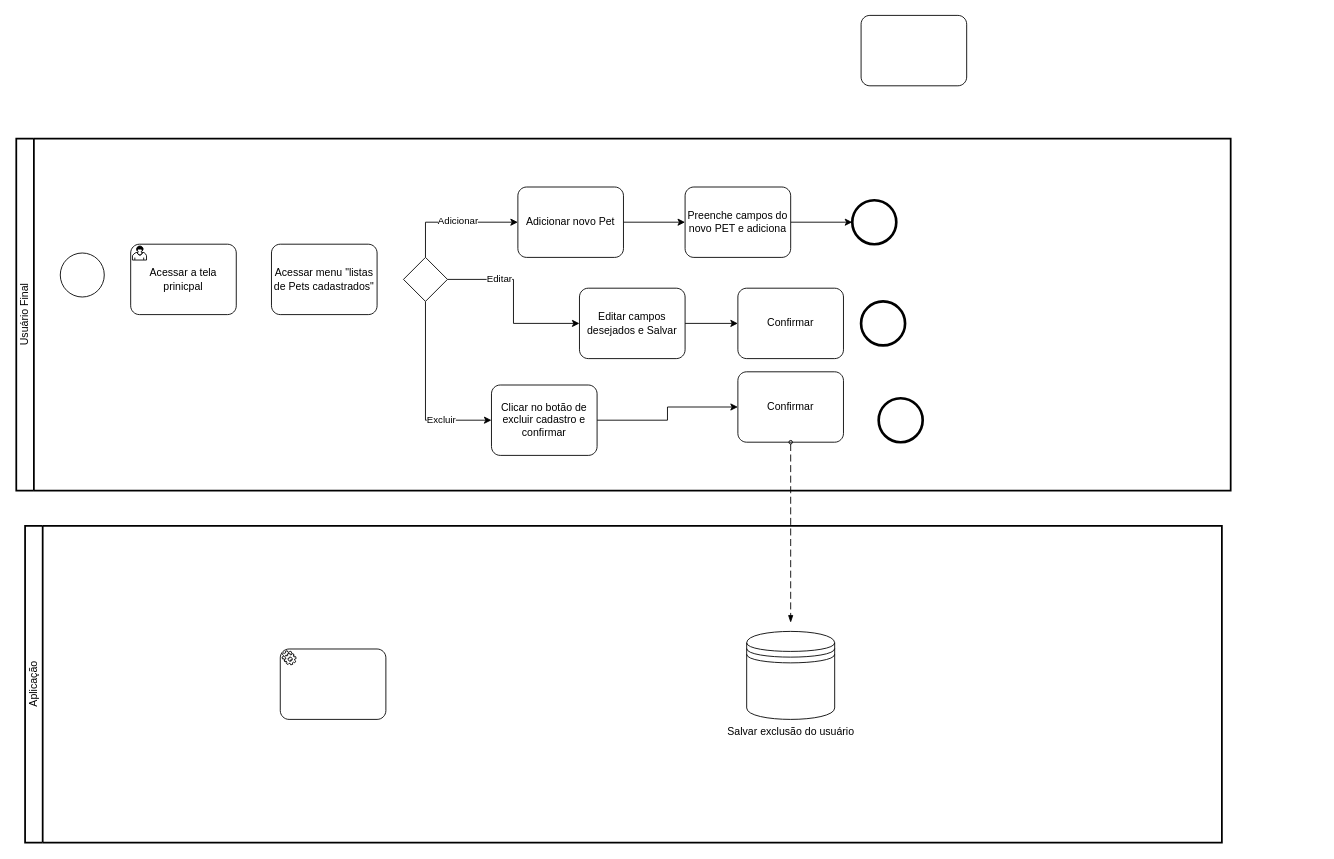
Before: page "Processo de cadastrar novo/ editar ou excluir PET" (3 of 8) of Untitled Diagram.drawio in ICEI-PUC-Minas-PMV-ADS/Pet-s-Car, a draw.io diagram. Source tidied: cells renumbered, new cells numbered last; positions are measured from the earlier drawing's top-left corner, leaving out a move shared by most shapes. Both pictures are drawn from the tidied source at 88%, with x=0, y=0 at pixel (16, 15).
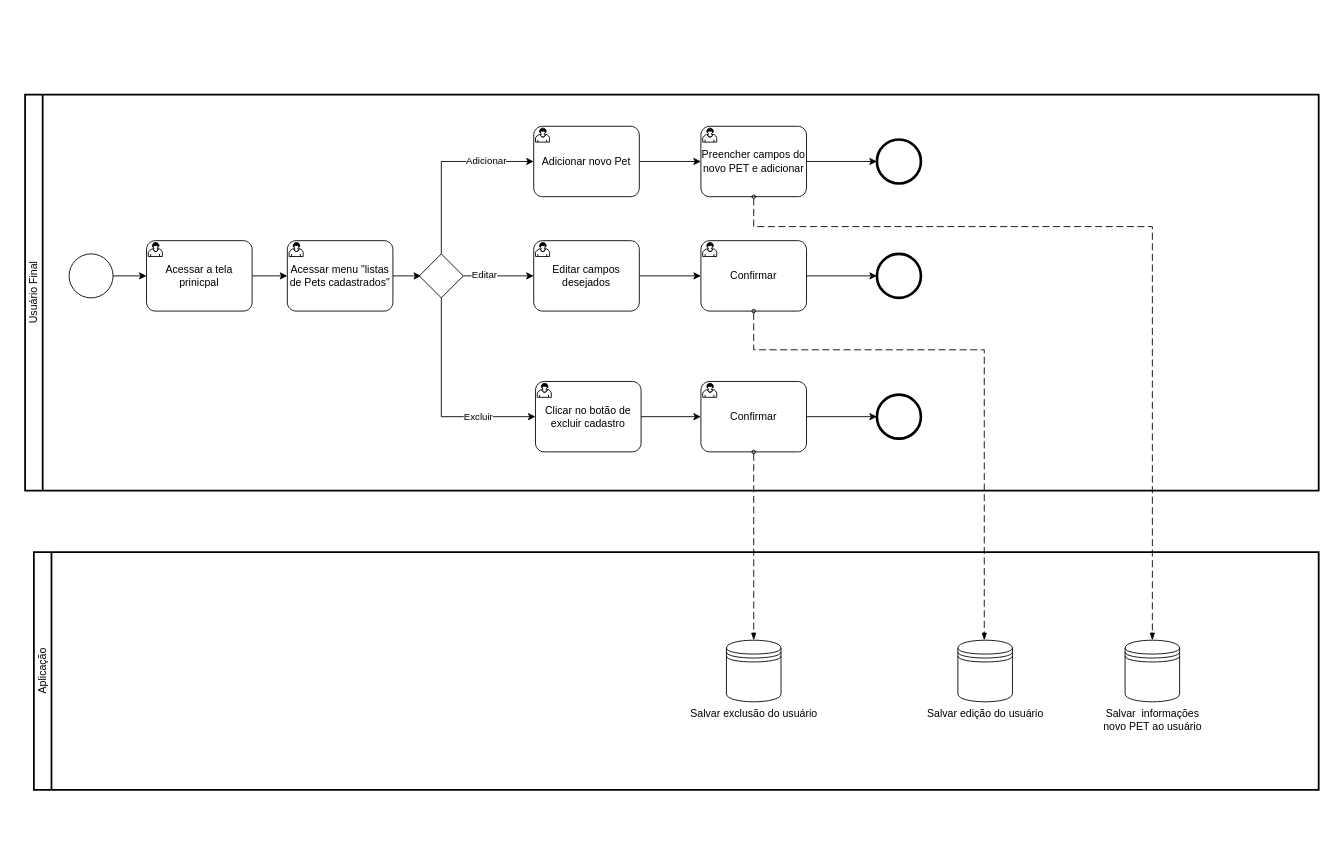
The same diagram, later.

The change refers to these unchanged cells:
```xml
<mxCell id="10" style="edgeStyle=orthogonalEdgeStyle;rounded=0;jettySize=auto;html=1;exitX=0.5;exitY=0;exitDx=0;exitDy=0;exitPerimeter=0;entryX=0;entryY=0.5;entryDx=0;entryDy=0;entryPerimeter=0;" parent="2" edge="1" source="16" target="7">
  <mxGeometry relative="1" as="geometry" />
</mxCell>
```

Change to the diagram source:
```diff
@@
+    <mxCell id="26" value="Aplicação" style="swimlane;html=1;startSize=20;fontStyle=0;horizontal=0;swimlaneLine=1;swimlaneFillColor=#ffffff;strokeWidth=2;whiteSpace=wrap;" parent="1" vertex="1">
+      <mxGeometry x="20" y="610" width="1460" height="270" as="geometry" />
+    </mxCell>
+    <mxCell id="28" value="Salvar exclusão do usuário" style="shape=datastore;html=1;labelPosition=center;verticalLabelPosition=bottom;align=center;verticalAlign=top;" parent="26" vertex="1">
+      <mxGeometry x="787" y="100" width="62" height="70" as="geometry" />
+    </mxCell>
+    <mxCell id="31" value="Salvar edição do usuário" style="shape=datastore;html=1;labelPosition=center;verticalLabelPosition=bottom;align=center;verticalAlign=top;" parent="26" vertex="1">
+      <mxGeometry x="1050" y="100" width="62" height="70" as="geometry" />
+    </mxCell>
+    <mxCell id="32" value="Salvar&amp;nbsp; informações &lt;br&gt;novo PET ao usuário" style="shape=datastore;html=1;labelPosition=center;verticalLabelPosition=bottom;align=center;verticalAlign=top;" parent="26" vertex="1">
+      <mxGeometry x="1240" y="100" width="62" height="70" as="geometry" />
+    </mxCell>
     <mxCell id="2" value="Usuário Final" style="swimlane;html=1;startSize=20;fontStyle=0;horizontal=0;swimlaneLine=1;swimlaneFillColor=#ffffff;strokeWidth=2;whiteSpace=wrap;" parent="1" vertex="1">
-      <mxGeometry y="140" width="1380" height="400" as="geometry" />
+      <mxGeometry x="10" y="90" width="1470" height="450" as="geometry" />
     </mxCell>
+    <mxCell id="33" style="edgeStyle=orthogonalEdgeStyle;rounded=0;jettySize=auto;html=1;exitX=1;exitY=0.5;exitDx=0;exitDy=0;exitPerimeter=0;entryX=0;entryY=0.5;entryDx=0;entryDy=0;entryPerimeter=0;" parent="2" edge="1" source="3" target="4">
+      <mxGeometry relative="1" as="geometry" />
+    </mxCell>
     <mxCell id="3" style="points=[[0.145,0.145,0],[0.5,0,0],[0.855,0.145,0],[1,0.5,0],[0.855,0.855,0],[0.5,1,0],[0.145,0.855,0],[0,0.5,0]];shape=mxgraph.bpmn.event;html=1;verticalLabelPosition=bottom;labelBackgroundColor=#ffffff;verticalAlign=top;align=center;perimeter=ellipsePerimeter;outlineConnect=0;outline=standard;symbol=general;" parent="2" vertex="1">
-      <mxGeometry x="50" y="130" width="50" height="50" as="geometry" />
+      <mxGeometry x="50" y="181" width="50" height="50" as="geometry" />
     </mxCell>
+    <mxCell id="34" style="edgeStyle=orthogonalEdgeStyle;rounded=0;jettySize=auto;html=1;exitX=1;exitY=0.5;exitDx=0;exitDy=0;exitPerimeter=0;entryX=0;entryY=0.5;entryDx=0;entryDy=0;entryPerimeter=0;" parent="2" edge="1" source="4" target="5">
+      <mxGeometry relative="1" as="geometry" />
+    </mxCell>
     <mxCell id="4" value="Acessar a tela prinicpal" style="points=[[0.25,0,0],[0.5,0,0],[0.75,0,0],[1,0.25,0],[1,0.5,0],[1,0.75,0],[0.75,1,0],[0.5,1,0],[0.25,1,0],[0,0.75,0],[0,0.5,0],[0,0.25,0]];shape=mxgraph.bpmn.task;whiteSpace=wrap;rectStyle=rounded;size=10;html=1;taskMarker=user;" parent="2" vertex="1">
-      <mxGeometry x="130" y="120" width="120" height="80" as="geometry" />
+      <mxGeometry x="138" y="166" width="120" height="80" as="geometry" />
     </mxCell>
+    <mxCell id="35" style="edgeStyle=orthogonalEdgeStyle;rounded=0;jettySize=auto;html=1;exitX=1;exitY=0.5;exitDx=0;exitDy=0;exitPerimeter=0;" parent="2" edge="1" source="5">
+      <mxGeometry relative="1" as="geometry">
+        <mxPoint x="450" y="205.4" as="targetPoint" />
+      </mxGeometry>
+    </mxCell>
-    <mxCell id="5" value="Acessar menu &quot;listas de Pets cadastrados&quot;" style="points=[[0.25,0,0],[0.5,0,0],[0.75,0,0],[1,0.25,0],[1,0.5,0],[1,0.75,0],[0.75,1,0],[0.5,1,0],[0.25,1,0],[0,0.75,0],[0,0.5,0],[0,0.25,0]];shape=mxgraph.bpmn.task;whiteSpace=wrap;rectStyle=rounded;size=10;html=1;taskMarker=abstract;" parent="2" vertex="1">
-      <mxGeometry x="290" y="120" width="120" height="80" as="geometry" />
+    <mxCell id="5" value="Acessar menu &quot;listas de Pets cadastrados&quot;" style="points=[[0.25,0,0],[0.5,0,0],[0.75,0,0],[1,0.25,0],[1,0.5,0],[1,0.75,0],[0.75,1,0],[0.5,1,0],[0.25,1,0],[0,0.75,0],[0,0.5,0],[0,0.25,0]];shape=mxgraph.bpmn.task;whiteSpace=wrap;rectStyle=rounded;size=10;html=1;taskMarker=user;" parent="2" vertex="1">
+      <mxGeometry x="298" y="166" width="120" height="80" as="geometry" />
     </mxCell>
@@
-    <mxCell id="7" value="Adicionar novo Pet" style="points=[[0.25,0,0],[0.5,0,0],[0.75,0,0],[1,0.25,0],[1,0.5,0],[1,0.75,0],[0.75,1,0],[0.5,1,0],[0.25,1,0],[0,0.75,0],[0,0.5,0],[0,0.25,0]];shape=mxgraph.bpmn.task;whiteSpace=wrap;rectStyle=rounded;size=10;html=1;taskMarker=abstract;" parent="2" vertex="1">
-      <mxGeometry x="570" y="55" width="120" height="80" as="geometry" />
+    <mxCell id="7" value="Adicionar novo Pet" style="points=[[0.25,0,0],[0.5,0,0],[0.75,0,0],[1,0.25,0],[1,0.5,0],[1,0.75,0],[0.75,1,0],[0.5,1,0],[0.25,1,0],[0,0.75,0],[0,0.5,0],[0,0.25,0]];shape=mxgraph.bpmn.task;whiteSpace=wrap;rectStyle=rounded;size=10;html=1;taskMarker=user;" parent="2" vertex="1">
+      <mxGeometry x="578" y="36" width="120" height="80" as="geometry" />
     </mxCell>
@@
-    <mxCell id="9" value="Preenche campos do novo PET e adiciona" style="points=[[0.25,0,0],[0.5,0,0],[0.75,0,0],[1,0.25,0],[1,0.5,0],[1,0.75,0],[0.75,1,0],[0.5,1,0],[0.25,1,0],[0,0.75,0],[0,0.5,0],[0,0.25,0]];shape=mxgraph.bpmn.task;whiteSpace=wrap;rectStyle=rounded;size=10;html=1;taskMarker=abstract;" parent="2" vertex="1">
-      <mxGeometry x="760" y="55" width="120" height="80" as="geometry" />
+    <mxCell id="9" value="Preencher campos do novo PET e adicionar" style="points=[[0.25,0,0],[0.5,0,0],[0.75,0,0],[1,0.25,0],[1,0.5,0],[1,0.75,0],[0.75,1,0],[0.5,1,0],[0.25,1,0],[0,0.75,0],[0,0.5,0],[0,0.25,0]];shape=mxgraph.bpmn.task;whiteSpace=wrap;rectStyle=rounded;size=10;html=1;taskMarker=user;" parent="2" vertex="1">
+      <mxGeometry x="768" y="36" width="120" height="80" as="geometry" />
     </mxCell>
@@
     <mxCell id="11" value="Adicionar" style="edgeLabel;html=1;align=center;verticalAlign=middle;" parent="10" vertex="1">
-      <mxGeometry x="0.05" y="2" relative="1" as="geometry" />
+      <mxGeometry x="0.05" y="2" relative="1" as="geometry">
+        <mxPoint x="45" as="offset" />
+      </mxGeometry>
     </mxCell>
@@
     <mxCell id="16" style="points=[[0.25,0.25,0],[0.5,0,0],[0.75,0.25,0],[1,0.5,0],[0.75,0.75,0],[0.5,1,0],[0.25,0.75,0],[0,0.5,0]];shape=mxgraph.bpmn.gateway2;html=1;verticalLabelPosition=bottom;labelBackgroundColor=#ffffff;verticalAlign=top;align=center;perimeter=rhombusPerimeter;outlineConnect=0;outline=none;symbol=none;" parent="2" vertex="1">
-      <mxGeometry x="440" y="135" width="50" height="50" as="geometry" />
+      <mxGeometry x="448" y="181" width="50" height="50" as="geometry" />
     </mxCell>
@@
-    <mxCell id="18" value="Clicar no botão de excluir cadastro e confirmar" style="points=[[0.25,0,0],[0.5,0,0],[0.75,0,0],[1,0.25,0],[1,0.5,0],[1,0.75,0],[0.75,1,0],[0.5,1,0],[0.25,1,0],[0,0.75,0],[0,0.5,0],[0,0.25,0]];shape=mxgraph.bpmn.task;whiteSpace=wrap;rectStyle=rounded;size=10;html=1;taskMarker=abstract;" parent="2" vertex="1">
-      <mxGeometry x="540" y="280" width="120" height="80" as="geometry" />
+    <mxCell id="18" value="Clicar no botão de excluir cadastro" style="points=[[0.25,0,0],[0.5,0,0],[0.75,0,0],[1,0.25,0],[1,0.5,0],[1,0.75,0],[0.75,1,0],[0.5,1,0],[0.25,1,0],[0,0.75,0],[0,0.5,0],[0,0.25,0]];shape=mxgraph.bpmn.task;whiteSpace=wrap;rectStyle=rounded;size=10;html=1;taskMarker=user;" parent="2" vertex="1">
+      <mxGeometry x="580" y="326" width="120" height="80" as="geometry" />
     </mxCell>
@@
-    <mxCell id="20" value="Editar campos desejados e Salvar" style="points=[[0.25,0,0],[0.5,0,0],[0.75,0,0],[1,0.25,0],[1,0.5,0],[1,0.75,0],[0.75,1,0],[0.5,1,0],[0.25,1,0],[0,0.75,0],[0,0.5,0],[0,0.25,0]];shape=mxgraph.bpmn.task;whiteSpace=wrap;rectStyle=rounded;size=10;html=1;taskMarker=abstract;" parent="2" vertex="1">
-      <mxGeometry x="640" y="170" width="120" height="80" as="geometry" />
+    <mxCell id="20" value="Editar campos desejados" style="points=[[0.25,0,0],[0.5,0,0],[0.75,0,0],[1,0.25,0],[1,0.5,0],[1,0.75,0],[0.75,1,0],[0.5,1,0],[0.25,1,0],[0,0.75,0],[0,0.5,0],[0,0.25,0]];shape=mxgraph.bpmn.task;whiteSpace=wrap;rectStyle=rounded;size=10;html=1;taskMarker=user;" parent="2" vertex="1">
+      <mxGeometry x="578" y="166" width="120" height="80" as="geometry" />
     </mxCell>
     <mxCell id="21" style="points=[[0.145,0.145,0],[0.5,0,0],[0.855,0.145,0],[1,0.5,0],[0.855,0.855,0],[0.5,1,0],[0.145,0.855,0],[0,0.5,0]];shape=mxgraph.bpmn.event;html=1;verticalLabelPosition=bottom;labelBackgroundColor=#ffffff;verticalAlign=top;align=center;perimeter=ellipsePerimeter;outlineConnect=0;outline=end;symbol=terminate2;" parent="2" vertex="1">
-      <mxGeometry x="980" y="295" width="50" height="50" as="geometry" />
+      <mxGeometry x="968" y="341" width="50" height="50" as="geometry" />
     </mxCell>
     <mxCell id="22" style="points=[[0.145,0.145,0],[0.5,0,0],[0.855,0.145,0],[1,0.5,0],[0.855,0.855,0],[0.5,1,0],[0.145,0.855,0],[0,0.5,0]];shape=mxgraph.bpmn.event;html=1;verticalLabelPosition=bottom;labelBackgroundColor=#ffffff;verticalAlign=top;align=center;perimeter=ellipsePerimeter;outlineConnect=0;outline=end;symbol=terminate2;" parent="2" vertex="1">
-      <mxGeometry x="960" y="185" width="50" height="50" as="geometry" />
+      <mxGeometry x="968" y="181" width="50" height="50" as="geometry" />
     </mxCell>
     <mxCell id="23" style="points=[[0.145,0.145,0],[0.5,0,0],[0.855,0.145,0],[1,0.5,0],[0.855,0.855,0],[0.5,1,0],[0.145,0.855,0],[0,0.5,0]];shape=mxgraph.bpmn.event;html=1;verticalLabelPosition=bottom;labelBackgroundColor=#ffffff;verticalAlign=top;align=center;perimeter=ellipsePerimeter;outlineConnect=0;outline=end;symbol=terminate2;" parent="2" vertex="1">
-      <mxGeometry x="950" y="70" width="50" height="50" as="geometry" />
+      <mxGeometry x="968" y="51" width="50" height="50" as="geometry" />
     </mxCell>
+    <mxCell id="36" style="edgeStyle=orthogonalEdgeStyle;rounded=0;jettySize=auto;html=1;exitX=1;exitY=0.5;exitDx=0;exitDy=0;exitPerimeter=0;" parent="2" edge="1" source="24" target="22">
+      <mxGeometry relative="1" as="geometry" />
+    </mxCell>
-    <mxCell id="24" value="Confirmar" style="points=[[0.25,0,0],[0.5,0,0],[0.75,0,0],[1,0.25,0],[1,0.5,0],[1,0.75,0],[0.75,1,0],[0.5,1,0],[0.25,1,0],[0,0.75,0],[0,0.5,0],[0,0.25,0]];shape=mxgraph.bpmn.task;whiteSpace=wrap;rectStyle=rounded;size=10;html=1;taskMarker=abstract;" parent="2" vertex="1">
-      <mxGeometry x="820" y="170" width="120" height="80" as="geometry" />
+    <mxCell id="24" value="Confirmar" style="points=[[0.25,0,0],[0.5,0,0],[0.75,0,0],[1,0.25,0],[1,0.5,0],[1,0.75,0],[0.75,1,0],[0.5,1,0],[0.25,1,0],[0,0.75,0],[0,0.5,0],[0,0.25,0]];shape=mxgraph.bpmn.task;whiteSpace=wrap;rectStyle=rounded;size=10;html=1;taskMarker=user;" parent="2" vertex="1">
+      <mxGeometry x="768" y="166" width="120" height="80" as="geometry" />
     </mxCell>
+    <mxCell id="37" style="dashed=1;dashPattern=8 4;endArrow=blockThin;endFill=1;startArrow=oval;startFill=0;endSize=6;startSize=4;html=1;rounded=0;exitX=0.5;exitY=1;exitDx=0;exitDy=0;exitPerimeter=0;" parent="24" edge="1" source="24">
+      <mxGeometry relative="1" as="geometry">
+        <mxPoint x="322" y="454" as="targetPoint" />
+        <Array as="points">
+          <mxPoint x="60" y="124" />
+          <mxPoint x="322" y="124" />
+        </Array>
+      </mxGeometry>
+    </mxCell>
+    <mxCell id="38" style="edgeStyle=orthogonalEdgeStyle;rounded=0;jettySize=auto;html=1;exitX=1;exitY=0.5;exitDx=0;exitDy=0;exitPerimeter=0;entryX=0;entryY=0.5;entryDx=0;entryDy=0;entryPerimeter=0;" parent="2" edge="1" source="25" target="21">
+      <mxGeometry relative="1" as="geometry" />
+    </mxCell>
-    <mxCell id="25" value="Confirmar" style="points=[[0.25,0,0],[0.5,0,0],[0.75,0,0],[1,0.25,0],[1,0.5,0],[1,0.75,0],[0.75,1,0],[0.5,1,0],[0.25,1,0],[0,0.75,0],[0,0.5,0],[0,0.25,0]];shape=mxgraph.bpmn.task;whiteSpace=wrap;rectStyle=rounded;size=10;html=1;taskMarker=abstract;" parent="2" vertex="1">
-      <mxGeometry x="820" y="265" width="120" height="80" as="geometry" />
+    <mxCell id="25" value="Confirmar" style="points=[[0.25,0,0],[0.5,0,0],[0.75,0,0],[1,0.25,0],[1,0.5,0],[1,0.75,0],[0.75,1,0],[0.5,1,0],[0.25,1,0],[0,0.75,0],[0,0.5,0],[0,0.25,0]];shape=mxgraph.bpmn.task;whiteSpace=wrap;rectStyle=rounded;size=10;html=1;taskMarker=user;" parent="2" vertex="1">
+      <mxGeometry x="768" y="326" width="120" height="80" as="geometry" />
     </mxCell>
-    <mxCell id="26" value="Aplicação" style="swimlane;html=1;startSize=20;fontStyle=0;horizontal=0;swimlaneLine=1;swimlaneFillColor=#ffffff;strokeWidth=2;whiteSpace=wrap;" parent="1" vertex="1">
-      <mxGeometry x="10" y="580" width="1360" height="360" as="geometry" />
-    </mxCell>
-    <mxCell id="27" style="dashed=1;dashPattern=8 4;endArrow=blockThin;endFill=1;startArrow=oval;startFill=0;endSize=6;startSize=4;html=1;rounded=0;exitX=0.5;exitY=1;exitDx=0;exitDy=0;exitPerimeter=0;" parent="26" edge="1" source="25">
-      <mxGeometry relative="1" as="geometry">
-        <mxPoint x="870" y="110" as="targetPoint" />
-      </mxGeometry>
+    <mxCell id="27" style="dashed=1;dashPattern=8 4;endArrow=blockThin;endFill=1;startArrow=oval;startFill=0;endSize=6;startSize=4;html=1;rounded=0;exitX=0.5;exitY=1;exitDx=0;exitDy=0;exitPerimeter=0;entryX=0.5;entryY=0;entryDx=0;entryDy=0;" parent="1" edge="1" source="25" target="28">
+      <mxGeometry relative="1" as="geometry" />
     </mxCell>
-    <mxCell id="28" value="Salvar exclusão do usuário" style="shape=datastore;html=1;labelPosition=center;verticalLabelPosition=bottom;align=center;verticalAlign=top;" parent="26" vertex="1">
-      <mxGeometry x="820" y="120" width="100" height="100" as="geometry" />
-    </mxCell>
-    <mxCell id="29" style="shape=mxgraph.bpmn.task;whiteSpace=wrap;rectStyle=rounded;size=10;html=1;taskMarker=service;" parent="26" vertex="1">
-      <mxGeometry x="290" y="140" width="120" height="80" as="geometry" />
-    </mxCell>
-    <mxCell id="30" style="shape=mxgraph.bpmn.task;whiteSpace=wrap;rectStyle=rounded;size=10;html=1;taskMarker=abstract;" parent="1" vertex="1">
-      <mxGeometry x="960" width="120" height="80" as="geometry" />
-    </mxCell>
+    <mxCell id="39" style="dashed=1;dashPattern=8 4;endArrow=blockThin;endFill=1;startArrow=oval;startFill=0;endSize=6;startSize=4;html=1;rounded=0;exitX=0.5;exitY=1;exitDx=0;exitDy=0;exitPerimeter=0;entryX=0.5;entryY=0;entryDx=0;entryDy=0;" parent="1" edge="1" source="9" target="32">
+      <mxGeometry relative="1" as="geometry">
+        <Array as="points">
+          <mxPoint x="838" y="240" />
+          <mxPoint x="1150" y="240" />
+          <mxPoint x="1230" y="240" />
+          <mxPoint x="1291" y="240" />
+        </Array>
+      </mxGeometry>
+    </mxCell>
```
